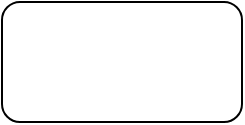
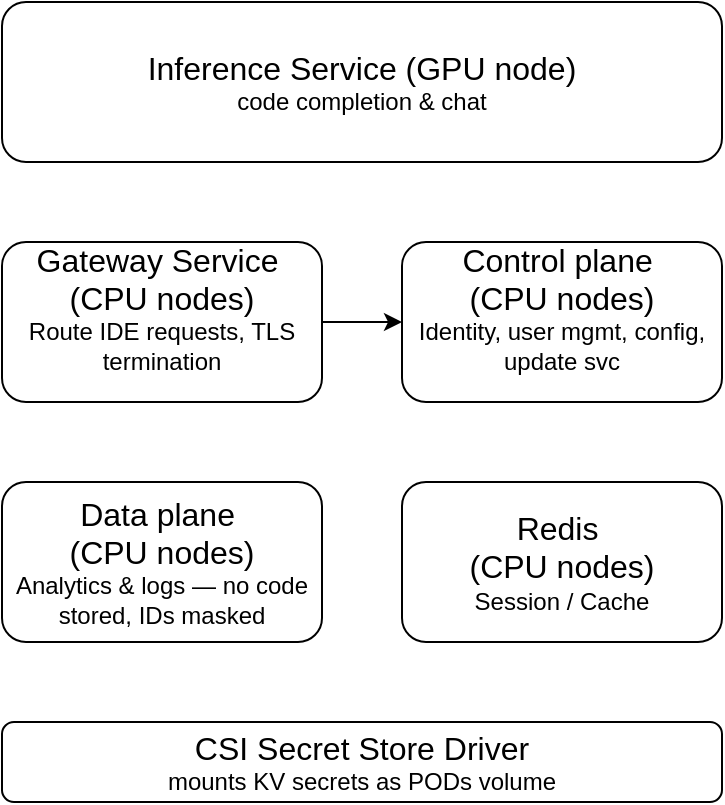
<mxfile host="app.diagrams.net">
  <diagram name="Page-1" id="RaZN6btFNOcmfo6LRZtj">
-     <mxGraphModel dx="1013" dy="463" grid="1" gridSize="10" guides="1" tooltips="1" connect="1" arrows="1" fold="1" page="1" pageScale="1" pageWidth="827" pageHeight="1169" math="0" shadow="0">
+     <mxGraphModel dx="774" dy="463" grid="1" gridSize="10" guides="1" tooltips="1" connect="1" arrows="1" fold="1" page="1" pageScale="1" pageWidth="827" pageHeight="1169" math="0" shadow="0">
      <root>
        <mxCell id="0" />
        <mxCell id="1" parent="0" />
-         <mxCell id="NG9N9KS3YvPwX7sb8C-h-1" parent="1" style="rounded=1;whiteSpace=wrap;html=1;" value="" vertex="1">
-           <mxGeometry height="60" width="120" x="220" y="230" as="geometry" />
+         <mxCell id="NG9N9KS3YvPwX7sb8C-h-1" parent="1" style="rounded=1;whiteSpace=wrap;html=1;" value="&lt;font style=&quot;font-size: 16px;&quot;&gt;Inference Service (GPU node)&lt;/font&gt;&lt;div&gt;code completion &amp;amp; chat&lt;/div&gt;" vertex="1">
+           <mxGeometry height="80" width="360" x="160" y="120" as="geometry" />
+         </mxCell>
+         <mxCell id="X3gNwNGdug_4-xN7Soje-5" edge="1" parent="1" source="X3gNwNGdug_4-xN7Soje-1" style="edgeStyle=orthogonalEdgeStyle;rounded=0;orthogonalLoop=1;jettySize=auto;html=1;entryX=0;entryY=0.5;entryDx=0;entryDy=0;" target="X3gNwNGdug_4-xN7Soje-4">
+           <mxGeometry relative="1" as="geometry" />
+         </mxCell>
+         <mxCell id="X3gNwNGdug_4-xN7Soje-1" parent="1" style="rounded=1;whiteSpace=wrap;html=1;" value="&lt;div&gt;&lt;span style=&quot;font-size: 16px;&quot;&gt;Gateway Service&amp;nbsp;&lt;/span&gt;&lt;/div&gt;&lt;div&gt;&lt;span style=&quot;font-size: 16px;&quot;&gt;(CPU nodes)&lt;/span&gt;&lt;/div&gt;&lt;div&gt;&lt;font&gt;Route IDE requests, TLS termination&lt;/font&gt;&lt;/div&gt;&lt;div&gt;&lt;br&gt;&lt;/div&gt;" vertex="1">
+           <mxGeometry height="80" width="160" x="160" y="240" as="geometry" />
+         </mxCell>
+         <mxCell id="X3gNwNGdug_4-xN7Soje-2" parent="1" style="rounded=1;whiteSpace=wrap;html=1;" value="&lt;div&gt;&lt;div&gt;&lt;span style=&quot;font-size: 16px;&quot;&gt;Data plane&amp;nbsp;&lt;/span&gt;&lt;/div&gt;&lt;div&gt;&lt;span style=&quot;font-size: 16px;&quot;&gt;(CPU nodes)&lt;/span&gt;&lt;/div&gt;&lt;div&gt;&lt;font&gt;Analytics &amp;amp; logs — no code stored, IDs masked&lt;/font&gt;&lt;/div&gt;&lt;/div&gt;" vertex="1">
+           <mxGeometry height="80" width="160" x="160" y="360" as="geometry" />
+         </mxCell>
+         <mxCell id="X3gNwNGdug_4-xN7Soje-3" parent="1" style="rounded=1;whiteSpace=wrap;html=1;" value="&lt;div&gt;&lt;div&gt;&lt;span style=&quot;font-size: 16px;&quot;&gt;Redis&amp;nbsp;&lt;/span&gt;&lt;/div&gt;&lt;div&gt;&lt;span style=&quot;font-size: 16px;&quot;&gt;(CPU nodes)&lt;/span&gt;&lt;/div&gt;&lt;div&gt;&lt;font&gt;Session / Cache&lt;/font&gt;&lt;/div&gt;&lt;/div&gt;" vertex="1">
+           <mxGeometry height="80" width="160" x="360" y="360" as="geometry" />
+         </mxCell>
+         <mxCell id="X3gNwNGdug_4-xN7Soje-4" parent="1" style="rounded=1;whiteSpace=wrap;html=1;" value="&lt;div&gt;&lt;span style=&quot;font-size: 16px;&quot;&gt;Control plane&amp;nbsp;&lt;/span&gt;&lt;/div&gt;&lt;div&gt;&lt;span style=&quot;font-size: 16px;&quot;&gt;(CPU nodes)&lt;/span&gt;&lt;/div&gt;&lt;div&gt;&lt;font&gt;Identity, user mgmt, config, update svc&lt;/font&gt;&lt;/div&gt;&lt;div&gt;&lt;br&gt;&lt;/div&gt;" vertex="1">
+           <mxGeometry height="80" width="160" x="360" y="240" as="geometry" />
+         </mxCell>
+         <mxCell id="X3gNwNGdug_4-xN7Soje-7" parent="1" style="rounded=1;whiteSpace=wrap;html=1;" value="&lt;div&gt;&lt;div&gt;&lt;span style=&quot;font-size: 16px;&quot;&gt;CSI Secret Store Driver&lt;/span&gt;&lt;/div&gt;&lt;div&gt;&lt;font&gt;mounts KV secrets as PODs volume&lt;/font&gt;&lt;/div&gt;&lt;/div&gt;" vertex="1">
+           <mxGeometry height="40" width="360" x="160" y="480" as="geometry" />
        </mxCell>
      </root>
    </mxGraphModel>
  </diagram>
</mxfile>
